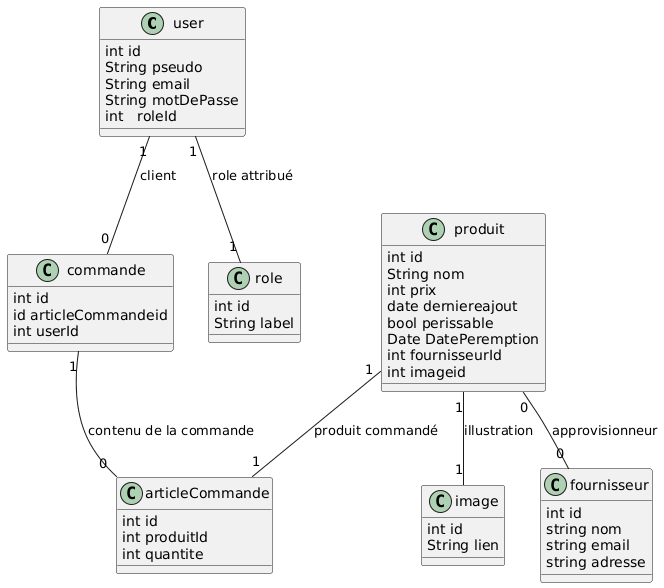
This is public/diagrammes/diagramme_de_classe.png from LucasCherbuin/logisticAnts, a PlantUML export, as it was before one commit.
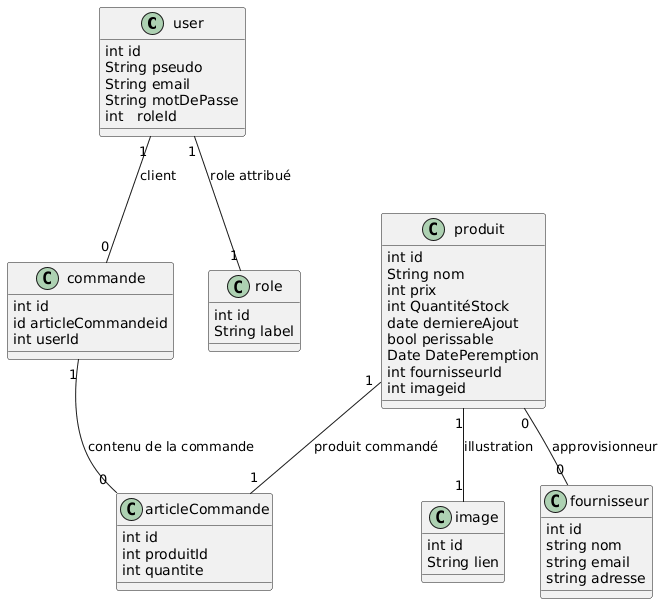
After the commit.

Commit message:
mise a jour diagramme de classe / ajout cas d'utilisation cient

Diff of the diagram source:
```diff
@@ -11,7 +11,8 @@
   int id
   String nom
   int prix
-  date derniereajout
+  int QuantitéStock
+  date derniereAjout
   bool perissable
   Date DatePeremption
   int fournisseurId
```
